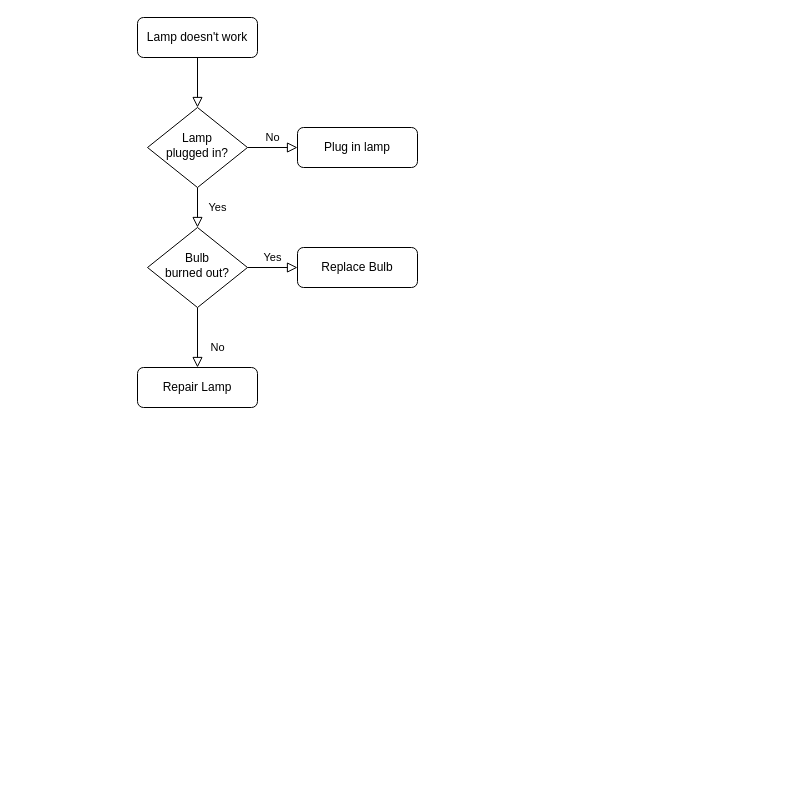
ycaedes/diagram keeps this draw.io diagram as demo.drawio. Above is the earlier version. Source tidied: cells renumbered, new cells numbered last; positions are measured from the earlier drawing's top-left corner, leaving out a move shared by most shapes. Both pictures are drawn from the tidied source at 100%, with x=0, y=0 at pixel (137, 17).
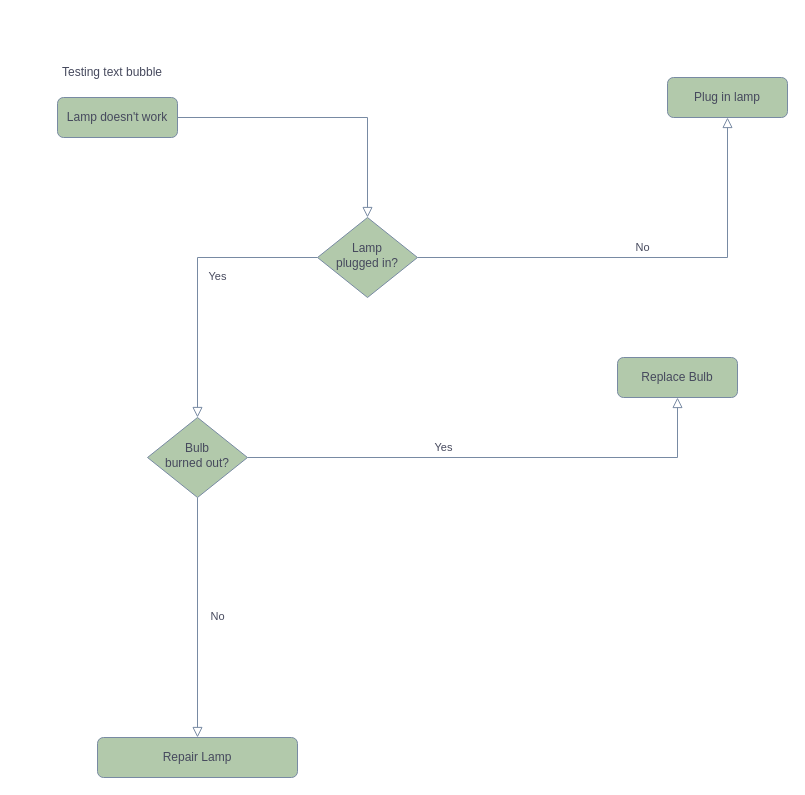
The same diagram, later.

Change to the diagram source:
```diff
@@
 <mxGraphModel>
   <root>
     <mxCell id="0" />
     <mxCell id="1" parent="0" />
-    <mxCell id="2" style="rounded=0;html=1;jettySize=auto;fontSize=11;endArrow=block;endFill=0;endSize=8;strokeWidth=1;shadow=0;labelBackgroundColor=none;edgeStyle=orthogonalEdgeStyle;" parent="1" edge="1" source="3" target="6">
+    <mxCell id="2" style="rounded=0;html=1;jettySize=auto;fontSize=11;endArrow=block;endFill=0;endSize=8;strokeWidth=1;shadow=0;labelBackgroundColor=none;edgeStyle=orthogonalEdgeStyle;strokeColor=#788AA3;fontColor=#46495D;" parent="1" edge="1" source="3" target="6">
       <mxGeometry relative="1" as="geometry" />
     </mxCell>
-    <mxCell id="3" value="Lamp doesn't work" style="rounded=1;whiteSpace=wrap;html=1;fontSize=12;glass=0;strokeWidth=1;shadow=0;" parent="1" vertex="1">
-      <mxGeometry width="120" height="40" as="geometry" />
+    <mxCell id="3" value="Lamp doesn't work" style="rounded=1;whiteSpace=wrap;html=1;fontSize=12;glass=0;strokeWidth=1;shadow=0;fillColor=#B2C9AB;strokeColor=#788AA3;fontColor=#46495D;" parent="1" vertex="1">
+      <mxGeometry x="-80" y="80" width="120" height="40" as="geometry" />
     </mxCell>
-    <mxCell id="4" value="Yes" style="rounded=0;html=1;jettySize=auto;fontSize=11;endArrow=block;endFill=0;endSize=8;strokeWidth=1;shadow=0;labelBackgroundColor=none;edgeStyle=orthogonalEdgeStyle;" parent="1" edge="1" source="6" target="10">
-      <mxGeometry y="20" relative="1" as="geometry" />
+    <mxCell id="4" value="Yes" style="rounded=0;html=1;jettySize=auto;fontSize=11;endArrow=block;endFill=0;endSize=8;strokeWidth=1;shadow=0;labelBackgroundColor=none;edgeStyle=orthogonalEdgeStyle;strokeColor=#788AA3;fontColor=#46495D;" parent="1" edge="1" source="6" target="10">
+      <mxGeometry y="20" relative="1" as="geometry">
+        <mxPoint y="-1" as="offset" />
+      </mxGeometry>
     </mxCell>
-    <mxCell id="5" value="No" style="edgeStyle=orthogonalEdgeStyle;rounded=0;html=1;jettySize=auto;fontSize=11;endArrow=block;endFill=0;endSize=8;strokeWidth=1;shadow=0;labelBackgroundColor=none;" parent="1" edge="1" source="6" target="7">
+    <mxCell id="5" value="No" style="edgeStyle=orthogonalEdgeStyle;rounded=0;html=1;jettySize=auto;fontSize=11;endArrow=block;endFill=0;endSize=8;strokeWidth=1;shadow=0;labelBackgroundColor=none;strokeColor=#788AA3;fontColor=#46495D;" parent="1" edge="1" source="6" target="7">
       <mxGeometry y="10" relative="1" as="geometry" />
     </mxCell>
-    <mxCell id="6" value="Lamp&lt;br&gt;plugged in?" style="rhombus;whiteSpace=wrap;html=1;shadow=0;fontFamily=Helvetica;fontSize=12;align=center;strokeWidth=1;spacing=6;spacingTop=-4;" parent="1" vertex="1">
-      <mxGeometry x="10" y="90" width="100" height="80" as="geometry" />
+    <mxCell id="6" value="Lamp&lt;br&gt;plugged in?" style="rhombus;whiteSpace=wrap;html=1;shadow=0;fontFamily=Helvetica;fontSize=12;align=center;strokeWidth=1;spacing=6;spacingTop=-4;fillColor=#B2C9AB;strokeColor=#788AA3;fontColor=#46495D;" parent="1" vertex="1">
+      <mxGeometry x="180" y="200" width="100" height="80" as="geometry" />
     </mxCell>
-    <mxCell id="7" value="Plug in lamp" style="rounded=1;whiteSpace=wrap;html=1;fontSize=12;glass=0;strokeWidth=1;shadow=0;" parent="1" vertex="1">
-      <mxGeometry x="160" y="110" width="120" height="40" as="geometry" />
+    <mxCell id="7" value="Plug in lamp" style="rounded=1;whiteSpace=wrap;html=1;fontSize=12;glass=0;strokeWidth=1;shadow=0;fillColor=#B2C9AB;strokeColor=#788AA3;fontColor=#46495D;" parent="1" vertex="1">
+      <mxGeometry x="530" y="60" width="120" height="40" as="geometry" />
     </mxCell>
-    <mxCell id="8" value="No" style="rounded=0;html=1;jettySize=auto;fontSize=11;endArrow=block;endFill=0;endSize=8;strokeWidth=1;shadow=0;labelBackgroundColor=none;edgeStyle=orthogonalEdgeStyle;" parent="1" edge="1" source="10" target="11">
-      <mxGeometry x="0.33" y="20" relative="1" as="geometry" />
+    <mxCell id="8" value="No" style="rounded=0;html=1;jettySize=auto;fontSize=11;endArrow=block;endFill=0;endSize=8;strokeWidth=1;shadow=0;labelBackgroundColor=none;edgeStyle=orthogonalEdgeStyle;strokeColor=#788AA3;fontColor=#46495D;" parent="1" edge="1" source="10" target="11">
+      <mxGeometry y="20" relative="1" as="geometry">
+        <mxPoint y="-1" as="offset" />
+      </mxGeometry>
     </mxCell>
-    <mxCell id="9" value="Yes" style="edgeStyle=orthogonalEdgeStyle;rounded=0;html=1;jettySize=auto;fontSize=11;endArrow=block;endFill=0;endSize=8;strokeWidth=1;shadow=0;labelBackgroundColor=none;" parent="1" edge="1" source="10" target="12">
-      <mxGeometry y="10" relative="1" as="geometry" />
+    <mxCell id="9" value="Yes" style="edgeStyle=orthogonalEdgeStyle;rounded=0;html=1;jettySize=auto;fontSize=11;endArrow=block;endFill=0;endSize=8;strokeWidth=1;shadow=0;labelBackgroundColor=none;strokeColor=#788AA3;fontColor=#46495D;" parent="1" edge="1" source="10" target="12">
+      <mxGeometry x="-0.2" y="10" relative="1" as="geometry" />
     </mxCell>
-    <mxCell id="10" value="Bulb&lt;br&gt;burned out?" style="rhombus;whiteSpace=wrap;html=1;shadow=0;fontFamily=Helvetica;fontSize=12;align=center;strokeWidth=1;spacing=6;spacingTop=-4;" parent="1" vertex="1">
-      <mxGeometry x="10" y="210" width="100" height="80" as="geometry" />
+    <mxCell id="10" value="Bulb&lt;br&gt;burned out?" style="rhombus;whiteSpace=wrap;html=1;shadow=0;fontFamily=Helvetica;fontSize=12;align=center;strokeWidth=1;spacing=6;spacingTop=-4;fillColor=#B2C9AB;strokeColor=#788AA3;fontColor=#46495D;" parent="1" vertex="1">
+      <mxGeometry x="10" y="400" width="100" height="80" as="geometry" />
     </mxCell>
-    <mxCell id="11" value="Repair Lamp" style="rounded=1;whiteSpace=wrap;html=1;fontSize=12;glass=0;strokeWidth=1;shadow=0;" parent="1" vertex="1">
-      <mxGeometry y="350" width="120" height="40" as="geometry" />
+    <mxCell id="11" value="Repair Lamp" style="rounded=1;whiteSpace=wrap;html=1;fontSize=12;glass=0;strokeWidth=1;shadow=0;fillColor=#B2C9AB;strokeColor=#788AA3;fontColor=#46495D;" parent="1" vertex="1">
+      <mxGeometry x="-40" y="720" width="200" height="40" as="geometry" />
     </mxCell>
-    <mxCell id="12" value="Replace Bulb" style="rounded=1;whiteSpace=wrap;html=1;fontSize=12;glass=0;strokeWidth=1;shadow=0;" parent="1" vertex="1">
-      <mxGeometry x="160" y="230" width="120" height="40" as="geometry" />
+    <mxCell id="12" value="Replace Bulb" style="rounded=1;whiteSpace=wrap;html=1;fontSize=12;glass=0;strokeWidth=1;shadow=0;fillColor=#B2C9AB;strokeColor=#788AA3;fontColor=#46495D;" parent="1" vertex="1">
+      <mxGeometry x="480" y="340" width="120" height="40" as="geometry" />
     </mxCell>
+    <mxCell id="13" value="&lt;div&gt;Testing text bubble&lt;/div&gt;" style="text;html=1;strokeColor=none;fillColor=none;align=center;verticalAlign=middle;whiteSpace=wrap;rounded=0;sketch=0;fontColor=#46495D;" parent="1" vertex="1">
+      <mxGeometry x="-120" y="40" width="190" height="30" as="geometry" />
+    </mxCell>
   </root>
 </mxGraphModel>
```
